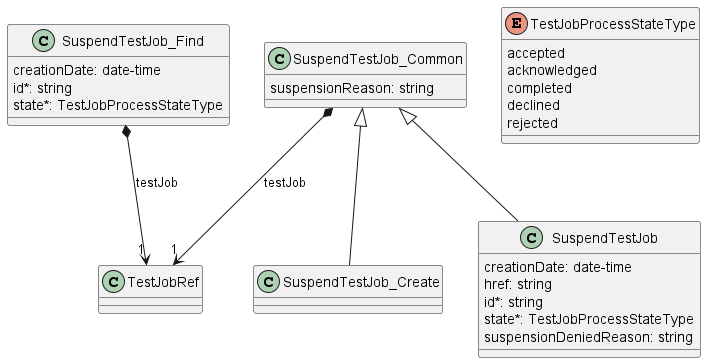
Earlier version of the PlantUML export documentation/serviceApi/sft/serviceTest/media/suspendTestJobModel.png (MEF-GIT/MEF-LSO-Legato-SDK).
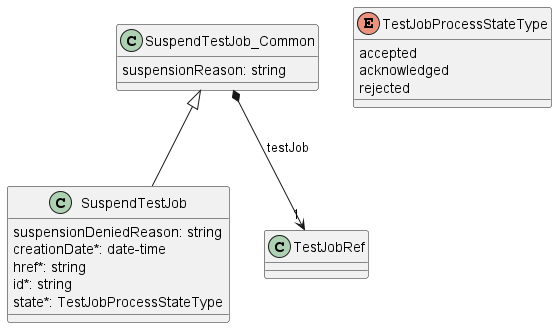
Later version of the same file.

What changed in the source:
```diff
@@ -2,11 +2,11 @@
 
 class SuspendTestJob {
 
-    creationDate: date-time
-    href: string
+    suspensionDeniedReason: string
+    creationDate*: date-time
+    href*: string
     id*: string
     state*: TestJobProcessStateType
-    suspensionDeniedReason: string
 }
 SuspendTestJob_Common <|-- SuspendTestJob
 
@@ -19,25 +19,10 @@
 
 SuspendTestJob_Common *-->"1" TestJobRef : testJob
 
-
-class SuspendTestJob_Create {
-
-}
-SuspendTestJob_Common <|-- SuspendTestJob_Create
-
-class SuspendTestJob_Find {
-    creationDate: date-time
-    id*: string
-    state*: TestJobProcessStateType
-}
-SuspendTestJob_Find *-->"1" TestJobRef : testJob
-
 enum TestJobProcessStateType {
 
     accepted
     acknowledged
-    completed
-    declined
     rejected
 }
 
```
